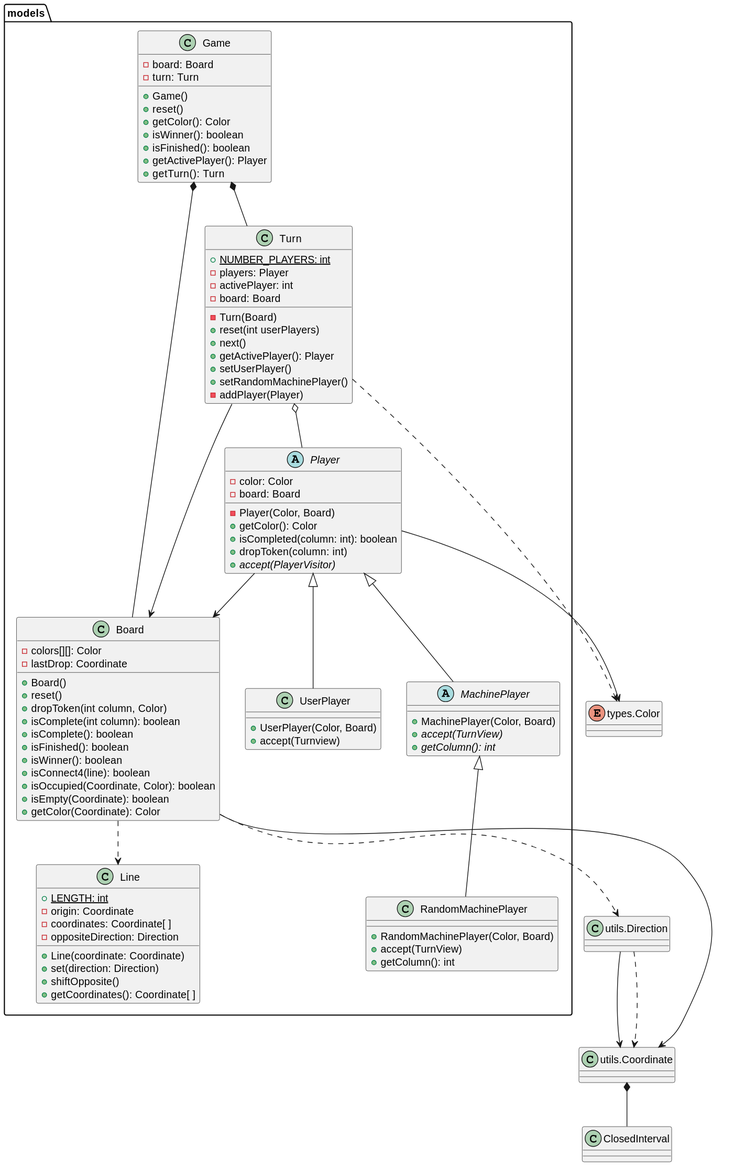
The PlantUML diagram connect4/out/Docs/diagrams/src/packages/connect4.models/connect4.models.svg in js-rom/connect4, before a commit. Source of this version:
```plantuml
@startuml
class models.Game
class models.Board
class models.Turn
class models.Line
abstract class models.Player
class models.UserPlayer
abstract class models.MachinePlayer
class models.RandomMachinePlayer

enum Color as "types.Color"
class Direction as "utils.Direction"
class Coordinate as "utils.Coordinate"
class Coordinate as "utils.Coordinate"


Game *-- Board
Game *-- Turn
Turn --> Board
Turn o-- Player
Turn ..> Color
Player --> Color
Player --> Board
Player <|-- UserPlayer
Player <|-- MachinePlayer
MachinePlayer <|-- RandomMachinePlayer
Board --> Coordinate
Board ..> Line
Board ..> Direction
Direction --> Coordinate
Direction ..> Coordinate
Coordinate *-- ClosedInterval

Game : -board: Board
Game : -turn: Turn
Game : +Game()
Game : +reset()
Game : +getColor(): Color
Game : +isWinner(): boolean
Game : +isFinished(): boolean
Game : +getActivePlayer(): Player
Game : +getTurn(): Turn

Turn : {static} +NUMBER_PLAYERS: int
Turn : -players: Player
Turn : -activePlayer: int
Turn : -board: Board
Turn : -Turn(Board)
Turn : +reset(int userPlayers)
Turn : +next()
Turn : +getActivePlayer(): Player
Turn : +setUserPlayer()
Turn : +setRandomMachinePlayer()
Turn : -addPlayer(Player)

Player : -color: Color
Player : -board: Board
Player : -Player(Color, Board)
Player : +getColor(): Color
Player : +isCompleted(column: int): boolean
Player : +dropToken(column: int)
Player : +{abstract}accept(PlayerVisitor)

UserPlayer : +UserPlayer(Color, Board)
UserPlayer : +accept(Turnview)

MachinePlayer : +MachinePlayer(Color, Board)
MachinePlayer : +{abstract}accept(TurnView)
MachinePlayer : +{abstract}getColumn(): int

RandomMachinePlayer : +RandomMachinePlayer(Color, Board)
RandomMachinePlayer : +accept(TurnView)
RandomMachinePlayer : +getColumn(): int

Board : -colors[][]: Color
Board : -lastDrop: Coordinate
Board : +Board()
Board : +reset()
Board : +dropToken(int column, Color)
Board : +isComplete(int column): boolean
Board : +isComplete(): boolean
Board : +isFinished(): boolean
Board : +isWinner(): boolean
Board : +isConnect4(line): boolean
Board : +isOccupied(Coordinate, Color): boolean
Board : +isEmpty(Coordinate): boolean
Board : +getColor(Coordinate): Color

Line : {static} +LENGTH: int
Line : -origin: Coordinate
Line : -coordinates: Coordinate[ ]
Line : -oppositeDirection: Direction
Line : +Line(coordinate: Coordinate)
Line : +set(direction: Direction)
Line : +shiftOpposite()
Line : +getCoordinates(): Coordinate[ ]
@enduml
```
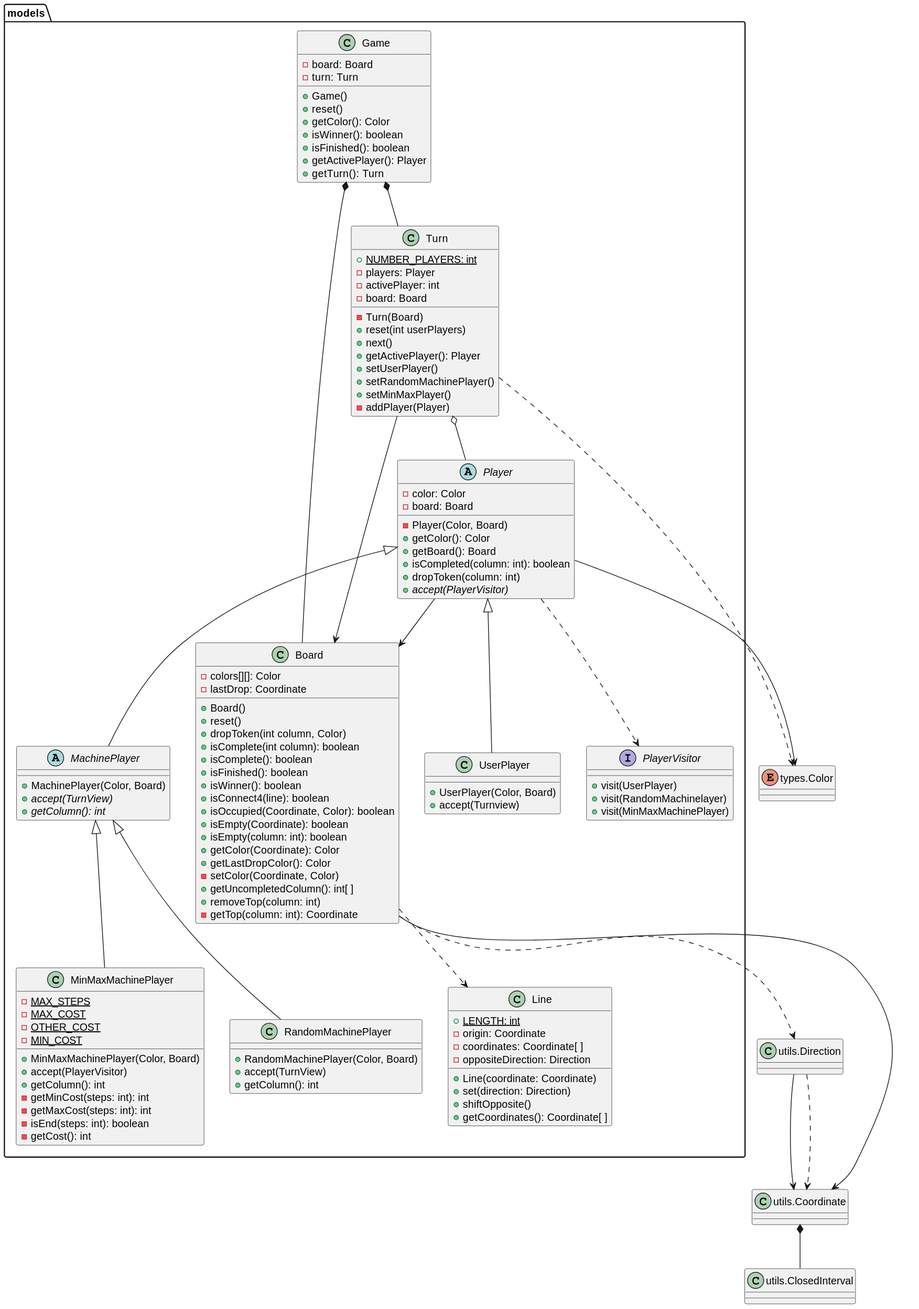
The same file after the commit.

Diff of the diagram source:
```diff
@@ -7,25 +7,30 @@
 class models.UserPlayer
 abstract class models.MachinePlayer
 class models.RandomMachinePlayer
+interface models.PlayerVisitor
+class models.MinMaxMachinePlayer
+
+Game *-- Board
+Game *-- Turn
+Turn --> Board
+Turn o-- Player
+Player --> Board
+Player ..> PlayerVisitor
+Player <|-- UserPlayer
+Player <|-- MachinePlayer
+MachinePlayer <|-- RandomMachinePlayer
+MachinePlayer <|-- MinMaxMachinePlayer
+Board ..> Line
 
 enum Color as "types.Color"
 class Direction as "utils.Direction"
 class Coordinate as "utils.Coordinate"
 class Coordinate as "utils.Coordinate"
+class ClosedInterval as "utils.ClosedInterval"
 
-
-Game *-- Board
-Game *-- Turn
-Turn --> Board
-Turn o-- Player
 Turn ..> Color
 Player --> Color
-Player --> Board
-Player <|-- UserPlayer
-Player <|-- MachinePlayer
-MachinePlayer <|-- RandomMachinePlayer
 Board --> Coordinate
-Board ..> Line
 Board ..> Direction
 Direction --> Coordinate
 Direction ..> Coordinate
@@ -51,12 +56,18 @@
 Turn : +getActivePlayer(): Player
 Turn : +setUserPlayer()
 Turn : +setRandomMachinePlayer()
+Turn : +setMinMaxPlayer()
 Turn : -addPlayer(Player)
+
+PlayerVisitor : +visit(UserPlayer)
+PlayerVisitor : +visit(RandomMachinelayer)
+PlayerVisitor : +visit(MinMaxMachinePlayer)
 
 Player : -color: Color
 Player : -board: Board
 Player : -Player(Color, Board)
 Player : +getColor(): Color
+Player : +getBoard(): Board
 Player : +isCompleted(column: int): boolean
 Player : +dropToken(column: int)
 Player : +{abstract}accept(PlayerVisitor)
@@ -72,6 +83,18 @@
 RandomMachinePlayer : +accept(TurnView)
 RandomMachinePlayer : +getColumn(): int
 
+MinMaxMachinePlayer : {static} -MAX_STEPS
+MinMaxMachinePlayer : {static} -MAX_COST
+MinMaxMachinePlayer : {static} -OTHER_COST
+MinMaxMachinePlayer : {static} -MIN_COST
+MinMaxMachinePlayer : +MinMaxMachinePlayer(Color, Board)
+MinMaxMachinePlayer : +accept(PlayerVisitor)
+MinMaxMachinePlayer : +getColumn(): int
+MinMaxMachinePlayer : -getMinCost(steps: int): int
+MinMaxMachinePlayer : -getMaxCost(steps: int): int
+MinMaxMachinePlayer : -isEnd(steps: int): boolean
+MinMaxMachinePlayer : -getCost(): int
+
 Board : -colors[][]: Color
 Board : -lastDrop: Coordinate
 Board : +Board()
@@ -84,7 +107,14 @@
 Board : +isConnect4(line): boolean
 Board : +isOccupied(Coordinate, Color): boolean
 Board : +isEmpty(Coordinate): boolean
+Board : +isEmpty(column: int): boolean
 Board : +getColor(Coordinate): Color
+Board : +getLastDropColor(): Color
+Board : -setColor(Coordinate, Color)
+Board : +getUncompletedColumn(): int[ ]
+Board : +removeTop(column: int)
+Board : -getTop(column: int): Coordinate
+
 
 Line : {static} +LENGTH: int
 Line : -origin: Coordinate
```
